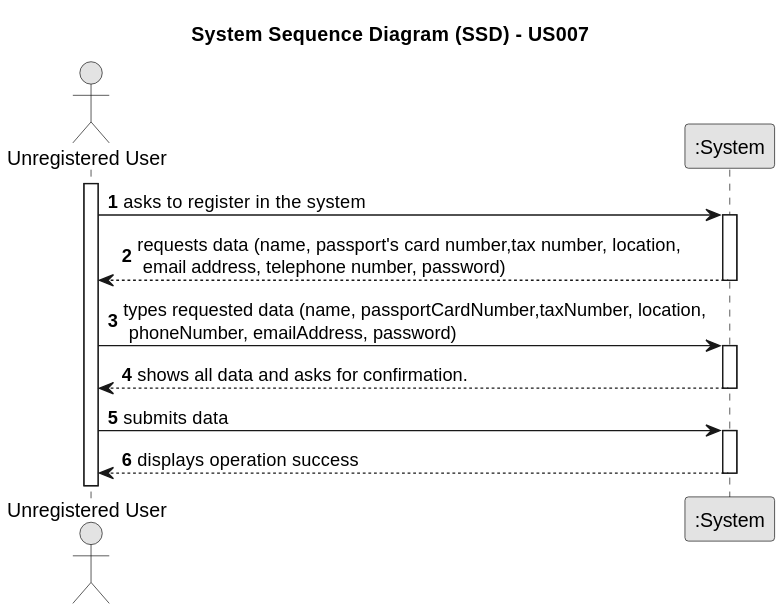
Before: docs/sprintB/us007/01.requirements-engineering/svg/us007-system-sequence-diagram.svg, a diagram exported from PlantUML (rita-barbosa/LAPR2-2223).
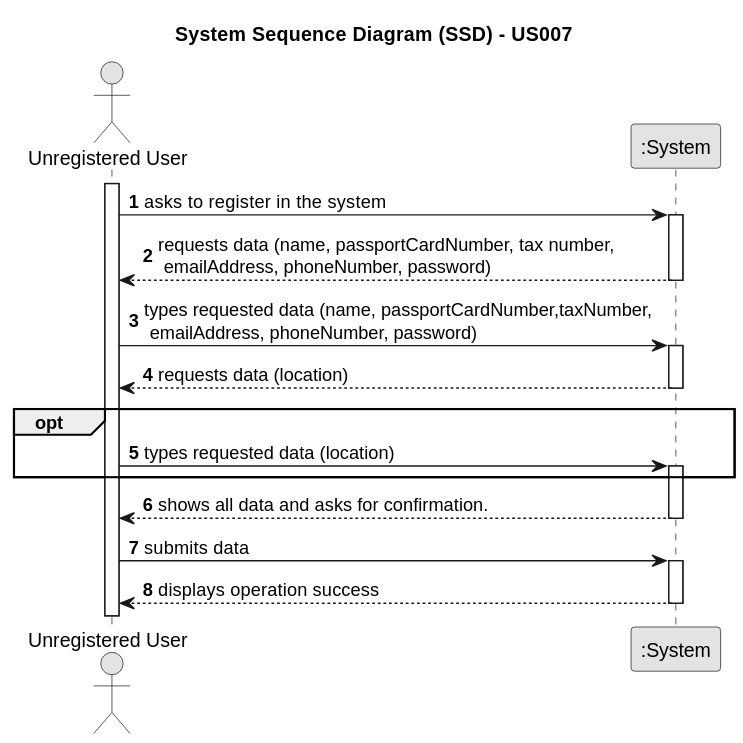
The same file after the commit.

The edit, as a diff of the source:
```diff
@@ -15,11 +15,19 @@
     User -> System : asks to register in the system
     activate System
 
-    System --> User : requests data (name, passport's card number,tax number, location,\n email address, telephone number, password)
+    System --> User : requests data (name, passportCardNumber, tax number,\n emailAddress, phoneNumber, password)
     deactivate System
 
-    User -> System : types requested data (name, passportCardNumber,taxNumber, location,\n phoneNumber, emailAddress, password)
+    User -> System : types requested data (name, passportCardNumber,taxNumber,\n emailAddress, phoneNumber, password)
     activate System
+
+    System --> User : requests data (location)
+    deactivate System
+
+    opt
+    User -> System : types requested data (location)
+    activate System
+    end opt
 
     System --> User : shows all data and asks for confirmation.
     deactivate System
```
